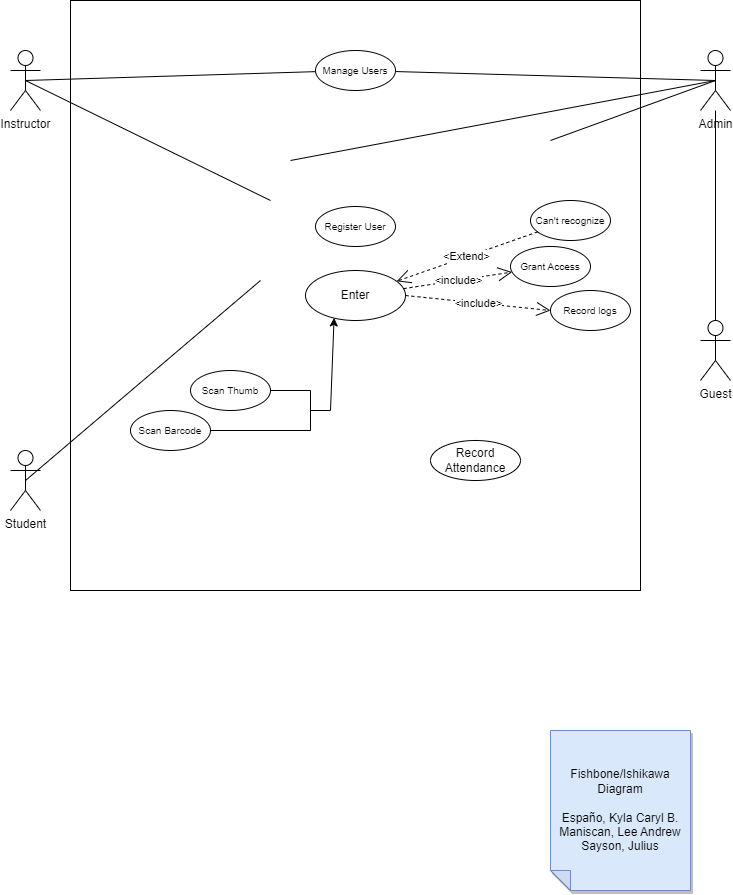
kaisunoo/Acads keeps this draw.io diagram as UseCaseDiagram.drawio.png. Above is the earlier version. Source tidied: cells renumbered, new cells last; positions are measured from the earlier drawing's top-left corner, leaving out a move shared by most shapes.
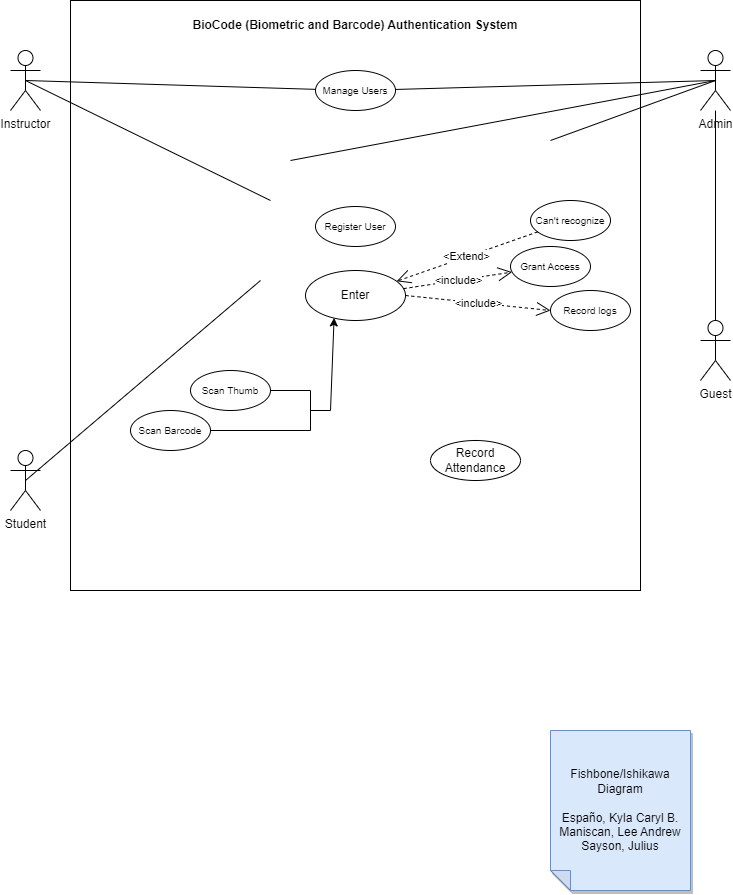
The same file after the commit.

The edit, as a diff of the source:
```diff
@@ -83,7 +83,7 @@
       <mxGeometry relative="1" as="geometry" />
     </mxCell>
     <mxCell id="22" value="&lt;font style=&quot;font-size: 10px;&quot;&gt;Manage Users&lt;/font&gt;" style="ellipse;whiteSpace=wrap;html=1;" parent="1" vertex="1">
-      <mxGeometry x="305" y="50" width="80" height="40" as="geometry" />
+      <mxGeometry x="305" y="70" width="80" height="40" as="geometry" />
     </mxCell>
     <mxCell id="23" style="endArrow=none;html=1;rounded=0;exitX=0.5;exitY=0.5;exitDx=0;exitDy=0;exitPerimeter=0;" parent="1" edge="1" source="5" target="22">
       <mxGeometry relative="1" as="geometry" />
@@ -109,5 +109,8 @@
     <mxCell id="30" style="endArrow=none;html=1;rounded=0;exitX=0.5;exitY=0;exitDx=0;exitDy=0;exitPerimeter=0;" parent="1" edge="1" source="6" target="4">
       <mxGeometry relative="1" as="geometry" />
     </mxCell>
+    <mxCell id="31" value="&lt;b&gt;BioCode (Biometric and Barcode) Authentication System&lt;/b&gt;" style="text;strokeColor=none;align=center;fillColor=none;html=1;verticalAlign=middle;whiteSpace=wrap;rounded=0;" parent="1" vertex="1">
+      <mxGeometry x="180" y="10" width="330" height="30" as="geometry" />
+    </mxCell>
   </root>
 </mxGraphModel>
```
